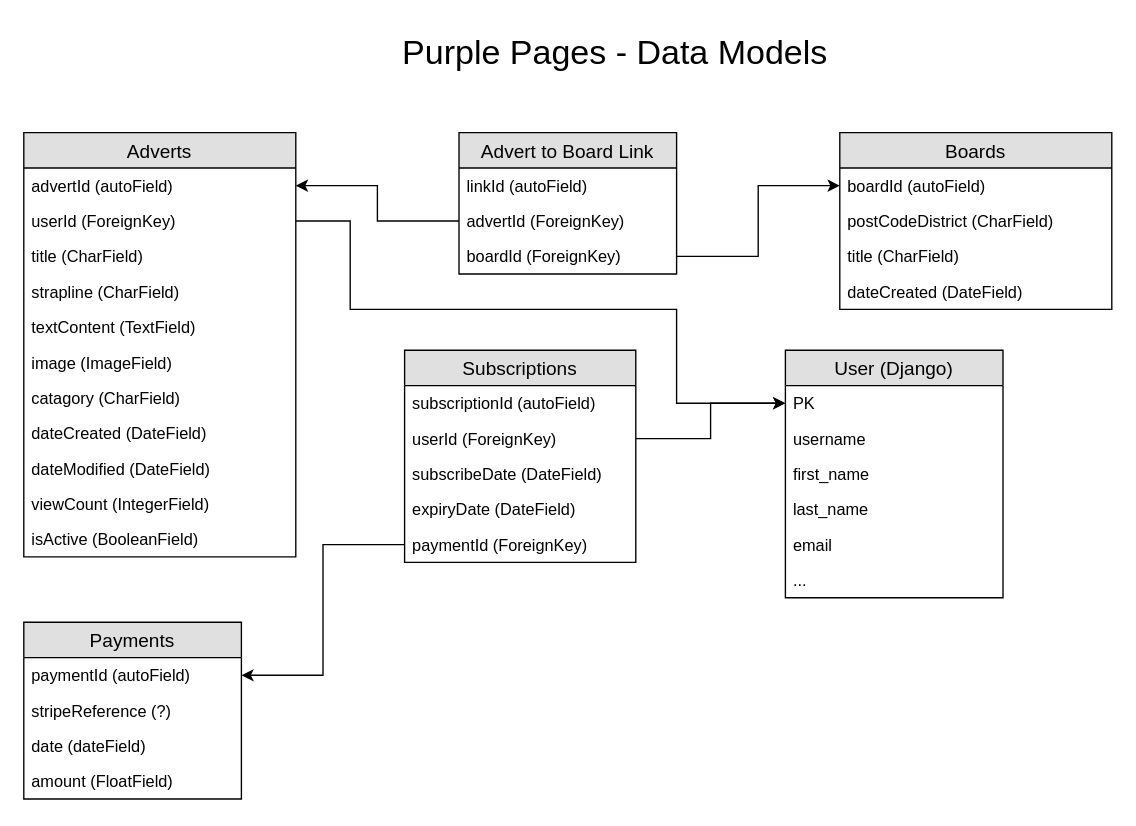
Before: planning/purple-pages-data-models.drawio in davebland/purple-pages, a draw.io diagram. Source tidied: cells renumbered, new cells numbered last; positions are measured from the earlier drawing's top-left corner, leaving out a move shared by most shapes. Both pictures are drawn from the tidied source at 136%, with x=0, y=0 at pixel (23, 23).
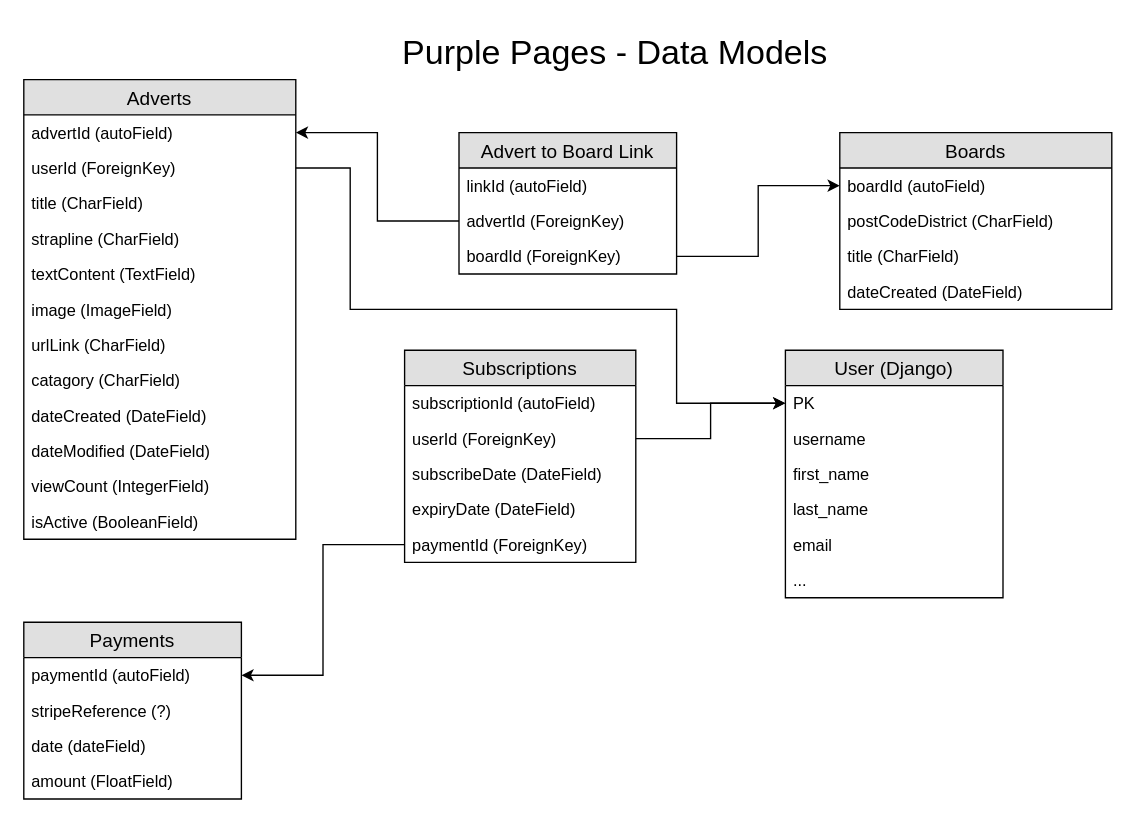
Above is the later version.

Unchanged cells that the change refers to:
```xml
<mxCell id="5" value="userId (ForeignKey)" style="text;strokeColor=none;fillColor=none;spacingLeft=4;spacingRight=4;overflow=hidden;points=[[0,0.5],[1,0.5]];portConstraint=eastwest;fontSize=12;" parent="3" vertex="1">
  <mxGeometry y="52" width="200" height="26" as="geometry" />
</mxCell>
<mxCell id="33" value="PK" style="text;strokeColor=none;fillColor=none;spacingLeft=4;spacingRight=4;overflow=hidden;points=[[0,0.5],[1,0.5]];portConstraint=eastwest;fontSize=12;" parent="32" vertex="1">
  <mxGeometry y="26" width="160" height="26" as="geometry" />
</mxCell>
```

Diff of the diagram source:
```diff
@@
     <mxCell id="3" value="Adverts" style="swimlane;fontStyle=0;horizontal=1;startSize=26;fillColor=#e0e0e0;swimlaneFillColor=#ffffff;align=center;fontSize=14;" parent="1" vertex="1">
-      <mxGeometry y="80" width="200" height="312" as="geometry" />
+      <mxGeometry y="41" width="200" height="338" as="geometry" />
     </mxCell>
@@
+    <mxCell id="47" value="urlLink (CharField)" style="text;strokeColor=none;fillColor=none;spacingLeft=4;spacingRight=4;overflow=hidden;fontSize=12;" parent="3" vertex="1">
+      <mxGeometry y="182" width="200" height="26" as="geometry" />
+    </mxCell>
     <mxCell id="10" value="catagory (CharField)" style="text;strokeColor=none;fillColor=none;spacingLeft=4;spacingRight=4;overflow=hidden;fontSize=12;" parent="3" vertex="1">
-      <mxGeometry y="182" width="200" height="26" as="geometry" />
+      <mxGeometry y="208" width="200" height="26" as="geometry" />
     </mxCell>
     <mxCell id="11" value="dateCreated (DateField)" style="text;strokeColor=none;fillColor=none;spacingLeft=4;spacingRight=4;overflow=hidden;fontSize=12;" parent="3" vertex="1">
-      <mxGeometry y="208" width="200" height="26" as="geometry" />
+      <mxGeometry y="234" width="200" height="26" as="geometry" />
     </mxCell>
     <mxCell id="12" value="dateModified (DateField)" style="text;strokeColor=none;fillColor=none;spacingLeft=4;spacingRight=4;overflow=hidden;fontSize=12;" parent="3" vertex="1">
-      <mxGeometry y="234" width="200" height="26" as="geometry" />
+      <mxGeometry y="260" width="200" height="26" as="geometry" />
     </mxCell>
     <mxCell id="13" value="viewCount (IntegerField)" style="text;strokeColor=none;fillColor=none;spacingLeft=4;spacingRight=4;overflow=hidden;fontSize=12;" parent="3" vertex="1">
-      <mxGeometry y="260" width="200" height="26" as="geometry" />
+      <mxGeometry y="286" width="200" height="26" as="geometry" />
     </mxCell>
     <mxCell id="14" value="isActive (BooleanField)" style="text;strokeColor=none;fillColor=none;spacingLeft=4;spacingRight=4;overflow=hidden;fontSize=12;" parent="3" vertex="1">
-      <mxGeometry y="286" width="200" height="26" as="geometry" />
+      <mxGeometry y="312" width="200" height="26" as="geometry" />
     </mxCell>
@@
     <mxCell id="40" style="edgeStyle=orthogonalEdgeStyle;rounded=0;jettySize=auto;html=1;exitX=1;exitY=0.5;exitDx=0;exitDy=0;fontSize=25;" parent="1" edge="1" source="5" target="33">
       <mxGeometry relative="1" as="geometry">
         <Array as="points">
-          <mxPoint x="240" y="145" />
+          <mxPoint x="240" y="106" />
           <mxPoint x="240" y="210" />
           <mxPoint x="480" y="210" />
           <mxPoint x="480" y="279" />
         </Array>
       </mxGeometry>
     </mxCell>
```
